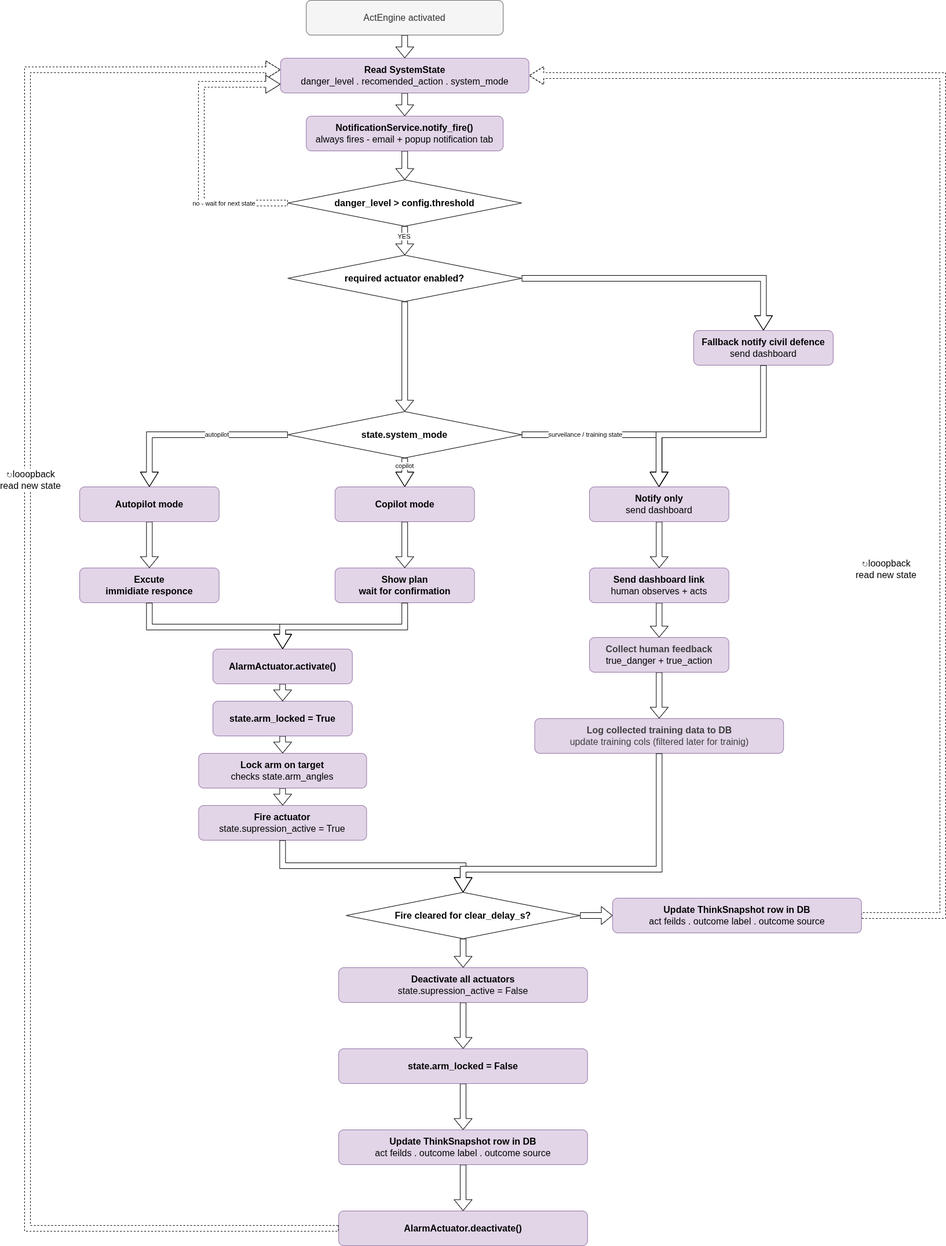
This is assets/flowchart_act.png from maya-fakih/smart_fire_extinguisher, a draw.io export, as it was before one commit. Source tidied: cells renumbered, new cells last; positions are measured from the earlier drawing's top-left corner, leaving out a move shared by most shapes.
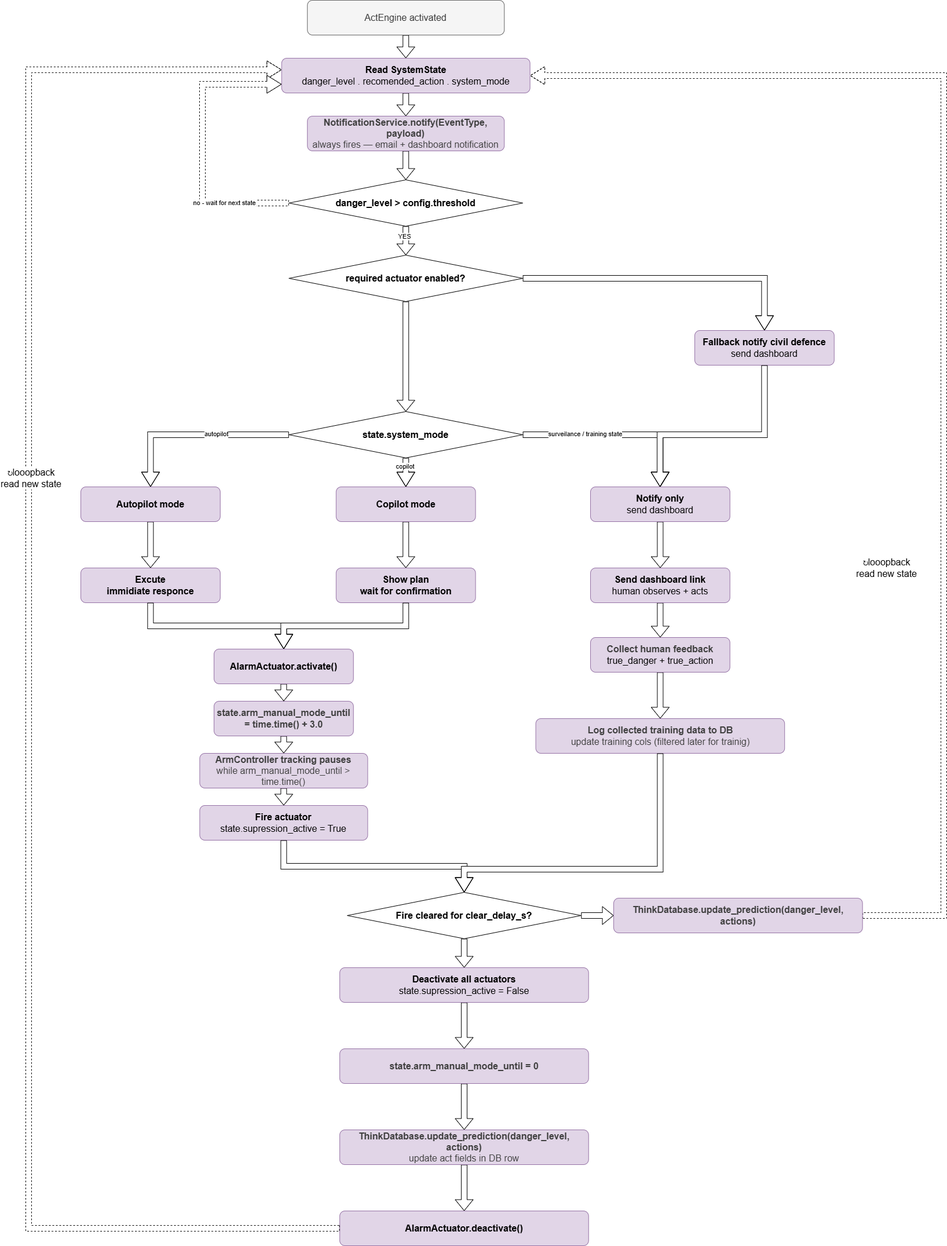
The same diagram one commit later.

What changed in the source:
```diff
@@ -17,7 +17,7 @@
     <mxCell id="6" style="edgeStyle=none;html=1;entryX=0.5;entryY=0;entryDx=0;entryDy=0;shape=flexArrow;fillColor=default;" parent="1" edge="1" source="7" target="10">
       <mxGeometry relative="1" as="geometry" />
     </mxCell>
-    <mxCell id="7" value="&lt;font style=&quot;font-size: 16px;&quot;&gt;&lt;b&gt;NotificationService.notify_fire()&lt;/b&gt;&lt;/font&gt;&lt;div&gt;&lt;font style=&quot;font-size: 16px;&quot;&gt;always fires - email + popup notification tab&lt;/font&gt;&lt;/div&gt;" style="rounded=1;whiteSpace=wrap;html=1;fillColor=#e1d5e7;strokeColor=#9673a6;" parent="1" vertex="1">
+    <mxCell id="7" value="&lt;font style=&quot;scrollbar-color: rgb(226, 226, 226) rgb(251, 251, 251); font-size: 16px; color: rgb(63, 63, 63);&quot;&gt;&lt;b style=&quot;scrollbar-color: rgb(226, 226, 226) rgb(251, 251, 251); color: rgb(63, 63, 63);&quot;&gt;NotificationService.notify(EventType, payload)&lt;/b&gt;&lt;/font&gt;&lt;div style=&quot;scrollbar-color: rgb(226, 226, 226) rgb(251, 251, 251); color: rgb(63, 63, 63);&quot;&gt;&lt;font style=&quot;scrollbar-color: rgb(226, 226, 226) rgb(251, 251, 251); font-size: 16px; color: rgb(63, 63, 63);&quot;&gt;always fires — email + dashboard notification&lt;/font&gt;&lt;/div&gt;" style="rounded=1;whiteSpace=wrap;html=1;fillColor=#e1d5e7;strokeColor=#9673a6;" parent="1" vertex="1">
       <mxGeometry x="481.2" y="200" width="340" height="60" as="geometry" />
     </mxCell>
     <mxCell id="8" style="edgeStyle=none;html=1;shape=flexArrow;fillColor=default;" parent="1" edge="1" source="10" target="12">
@@ -97,13 +97,13 @@
     <mxCell id="30" style="edgeStyle=none;html=1;shape=flexArrow;fillColor=default;" parent="1" edge="1" source="31" target="33">
       <mxGeometry relative="1" as="geometry" />
     </mxCell>
-    <mxCell id="31" value="&lt;span style=&quot;font-size: 16px;&quot;&gt;&lt;b&gt;state.arm_locked = True&lt;/b&gt;&lt;/span&gt;" style="rounded=1;whiteSpace=wrap;html=1;fillColor=#e1d5e7;strokeColor=#9673a6;" parent="1" vertex="1">
+    <mxCell id="31" value="&lt;b style=&quot;scrollbar-color: rgb(226, 226, 226) rgb(251, 251, 251); font-size: 16px; color: rgb(63, 63, 63);&quot;&gt;state.arm_manual_mode_until = time.time() + 3.0&lt;/b&gt;" style="rounded=1;whiteSpace=wrap;html=1;fillColor=#e1d5e7;strokeColor=#9673a6;" parent="1" vertex="1">
       <mxGeometry x="320" y="1210" width="240.7" height="60" as="geometry" />
     </mxCell>
     <mxCell id="32" style="edgeStyle=none;html=1;shape=flexArrow;fillColor=default;" parent="1" edge="1" source="33" target="34">
       <mxGeometry relative="1" as="geometry" />
     </mxCell>
-    <mxCell id="33" value="&lt;span style=&quot;font-size: 16px;&quot;&gt;&lt;b&gt;Lock arm on target&lt;/b&gt;&lt;/span&gt;&lt;div&gt;&lt;span style=&quot;font-size: 16px;&quot;&gt;checks state.arm_angles&lt;/span&gt;&lt;/div&gt;" style="rounded=1;whiteSpace=wrap;html=1;fillColor=#e1d5e7;strokeColor=#9673a6;" parent="1" vertex="1">
+    <mxCell id="33" value="&lt;span style=&quot;scrollbar-color: rgb(226, 226, 226) rgb(251, 251, 251); font-size: 16px; color: rgb(63, 63, 63);&quot;&gt;&lt;b style=&quot;scrollbar-color: rgb(226, 226, 226) rgb(251, 251, 251); color: rgb(63, 63, 63);&quot;&gt;ArmController tracking pauses&lt;/b&gt;&lt;/span&gt;&lt;div style=&quot;scrollbar-color: rgb(226, 226, 226) rgb(251, 251, 251); color: rgb(63, 63, 63);&quot;&gt;&lt;span style=&quot;scrollbar-color: rgb(226, 226, 226) rgb(251, 251, 251); font-size: 16px; color: rgb(63, 63, 63);&quot;&gt;while arm_manual_mode_until &amp;gt; time.time()&lt;/span&gt;&lt;/div&gt;" style="rounded=1;whiteSpace=wrap;html=1;fillColor=#e1d5e7;strokeColor=#9673a6;" parent="1" vertex="1">
       <mxGeometry x="295.4" y="1300" width="290" height="60" as="geometry" />
     </mxCell>
     <mxCell id="34" value="&lt;div&gt;&lt;span style=&quot;font-size: 16px;&quot;&gt;&lt;b&gt;Fire actuator&lt;/b&gt;&lt;/span&gt;&lt;/div&gt;&lt;div&gt;&lt;span style=&quot;font-size: 16px;&quot;&gt;state.supression_active = True&lt;/span&gt;&lt;/div&gt;" style="rounded=1;whiteSpace=wrap;html=1;fillColor=#e1d5e7;strokeColor=#9673a6;" parent="1" vertex="1">
@@ -152,13 +152,13 @@
     <mxCell id="47" style="edgeStyle=none;html=1;shape=flexArrow;fillColor=default;" parent="1" edge="1" source="48" target="50">
       <mxGeometry relative="1" as="geometry" />
     </mxCell>
-    <mxCell id="48" value="&lt;span style=&quot;font-size: 16px;&quot;&gt;&lt;b&gt;state.arm_locked = False&lt;/b&gt;&lt;/span&gt;" style="rounded=1;whiteSpace=wrap;html=1;fillColor=#e1d5e7;strokeColor=#9673a6;" parent="1" vertex="1">
+    <mxCell id="48" value="&lt;b style=&quot;scrollbar-color: rgb(226, 226, 226) rgb(251, 251, 251); font-size: 16px; color: rgb(63, 63, 63);&quot;&gt;state.arm_manual_mode_until = 0&lt;/b&gt;" style="rounded=1;whiteSpace=wrap;html=1;fillColor=#e1d5e7;strokeColor=#9673a6;" parent="1" vertex="1">
       <mxGeometry x="537.1" y="1810" width="429.6" height="60" as="geometry" />
     </mxCell>
     <mxCell id="49" style="edgeStyle=none;html=1;shape=flexArrow;fillColor=default;" parent="1" edge="1" source="50" target="51">
       <mxGeometry relative="1" as="geometry" />
     </mxCell>
-    <mxCell id="50" value="&lt;span style=&quot;font-size: 16px;&quot;&gt;&lt;b&gt;Update ThinkSnapshot row in DB&lt;/b&gt;&lt;/span&gt;&lt;div&gt;&lt;span style=&quot;font-size: 16px;&quot;&gt;act feilds . outcome label . outcome source&lt;/span&gt;&lt;/div&gt;" style="rounded=1;whiteSpace=wrap;html=1;fillColor=#e1d5e7;strokeColor=#9673a6;" parent="1" vertex="1">
+    <mxCell id="50" value="&lt;span style=&quot;scrollbar-color: rgb(226, 226, 226) rgb(251, 251, 251); font-size: 16px; color: rgb(63, 63, 63);&quot;&gt;&lt;b style=&quot;scrollbar-color: rgb(226, 226, 226) rgb(251, 251, 251); color: rgb(63, 63, 63);&quot;&gt;ThinkDatabase.update_prediction(danger_level, actions)&lt;/b&gt;&lt;/span&gt;&lt;div style=&quot;scrollbar-color: rgb(226, 226, 226) rgb(251, 251, 251); color: rgb(63, 63, 63);&quot;&gt;&lt;span style=&quot;scrollbar-color: rgb(226, 226, 226) rgb(251, 251, 251); font-size: 16px; color: rgb(63, 63, 63);&quot;&gt;update act fields in DB row&lt;/span&gt;&lt;/div&gt;" style="rounded=1;whiteSpace=wrap;html=1;fillColor=#e1d5e7;strokeColor=#9673a6;" parent="1" vertex="1">
       <mxGeometry x="537.1" y="1950" width="429.6" height="60" as="geometry" />
     </mxCell>
     <mxCell id="51" value="&lt;div&gt;&lt;span style=&quot;font-size: 16px;&quot;&gt;&lt;b&gt;AlarmActuator.deactivate()&lt;/b&gt;&lt;/span&gt;&lt;/div&gt;" style="rounded=1;whiteSpace=wrap;html=1;fillColor=#e1d5e7;strokeColor=#9673a6;" parent="1" vertex="1">
@@ -190,7 +190,7 @@
         </Array>
       </mxGeometry>
     </mxCell>
-    <mxCell id="57" value="&lt;span style=&quot;font-size: 16px;&quot;&gt;&lt;b&gt;Update ThinkSnapshot row in DB&lt;/b&gt;&lt;/span&gt;&lt;div&gt;&lt;span style=&quot;font-size: 16px;&quot;&gt;act feilds . outcome label . outcome source&lt;/span&gt;&lt;/div&gt;" style="rounded=1;whiteSpace=wrap;html=1;fillColor=#e1d5e7;strokeColor=#9673a6;" parent="1" vertex="1">
+    <mxCell id="57" value="&lt;b style=&quot;color: rgb(63, 63, 63); scrollbar-color: rgb(226, 226, 226) rgb(251, 251, 251); font-size: 16px;&quot;&gt;ThinkDatabase.update_prediction(danger_level, actions)&lt;/b&gt;" style="rounded=1;whiteSpace=wrap;html=1;fillColor=#e1d5e7;strokeColor=#9673a6;" parent="1" vertex="1">
       <mxGeometry x="1010" y="1550" width="429.6" height="60" as="geometry" />
     </mxCell>
     <mxCell id="58" value="&lt;font style=&quot;font-size: 16px;&quot;&gt;&lt;span style=&quot;font-family: &amp;quot;Anthropic Sans&amp;quot;, -apple-system, BlinkMacSystemFont, &amp;quot;Segoe UI&amp;quot;, sans-serif; font-size: 12px; text-align: start;&quot;&gt;&lt;font style=&quot;color: rgb(0, 0, 0);&quot;&gt;↻&lt;/font&gt;&lt;/span&gt;looopback&lt;/font&gt;&lt;div&gt;&lt;font style=&quot;font-size: 16px;&quot;&gt;read new state&lt;/font&gt;&lt;/div&gt;" style="edgeLabel;html=1;align=center;verticalAlign=middle;" parent="1" vertex="1">
```
